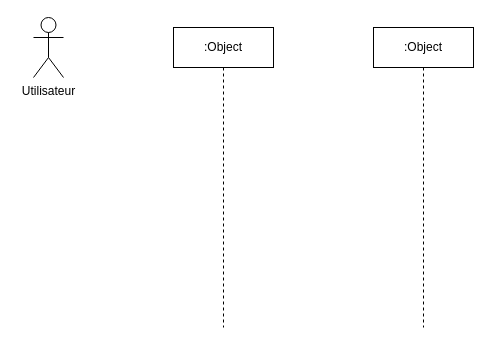
islamhamdaoui/Radiology-system-diagrams keeps this draw.io diagram as Untitled Diagram.drawio. Above is the earlier version. Source tidied: cells renumbered, new cells numbered last; positions are measured from the earlier drawing's top-left corner, leaving out a move shared by most shapes. Both pictures are drawn from the tidied source at 100%, with x=0, y=0 at pixel (33, 17).
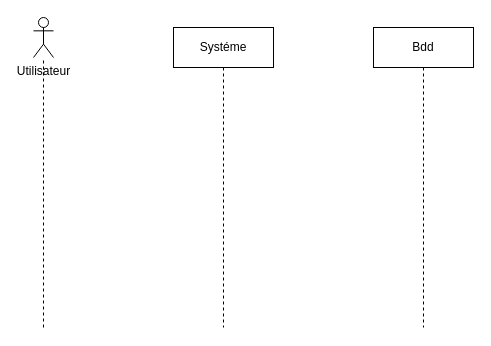
The same page after the edit.

What changed in the source:
```diff
@@
 <mxGraphModel>
   <root>
     <mxCell id="0" />
     <mxCell id="1" parent="0" />
-    <mxCell id="2" value=":Object" style="shape=umlLifeline;perimeter=lifelinePerimeter;whiteSpace=wrap;html=1;newEdgeStyle={&quot;edgeStyle&quot;:&quot;elbowEdgeStyle&quot;,&quot;elbow&quot;:&quot;vertical&quot;,&quot;curved&quot;:0,&quot;rounded&quot;:0};" parent="1" vertex="1">
+    <mxCell id="2" value="Systéme" style="shape=umlLifeline;perimeter=lifelinePerimeter;whiteSpace=wrap;html=1;newEdgeStyle={&quot;edgeStyle&quot;:&quot;elbowEdgeStyle&quot;,&quot;elbow&quot;:&quot;vertical&quot;,&quot;curved&quot;:0,&quot;rounded&quot;:0};" parent="1" vertex="1">
       <mxGeometry x="140" y="10" width="100" height="300" as="geometry" />
     </mxCell>
-    <mxCell id="3" value=":Object" style="shape=umlLifeline;perimeter=lifelinePerimeter;whiteSpace=wrap;html=1;newEdgeStyle={&quot;edgeStyle&quot;:&quot;elbowEdgeStyle&quot;,&quot;elbow&quot;:&quot;vertical&quot;,&quot;curved&quot;:0,&quot;rounded&quot;:0};" parent="1" vertex="1">
+    <mxCell id="3" value="Bdd" style="shape=umlLifeline;perimeter=lifelinePerimeter;whiteSpace=wrap;html=1;newEdgeStyle={&quot;edgeStyle&quot;:&quot;elbowEdgeStyle&quot;,&quot;elbow&quot;:&quot;vertical&quot;,&quot;curved&quot;:0,&quot;rounded&quot;:0};" parent="1" vertex="1">
       <mxGeometry x="340" y="10" width="100" height="300" as="geometry" />
     </mxCell>
     <mxCell id="4" value="Utilisateur" style="shape=umlActor;verticalLabelPosition=bottom;verticalAlign=top;html=1;outlineConnect=0;" parent="1" vertex="1">
-      <mxGeometry width="30" height="60" as="geometry" />
+      <mxGeometry width="20" height="40" as="geometry" />
     </mxCell>
+    <mxCell id="5" style="endArrow=none;dashed=1;html=1;rounded=0;" parent="1" edge="1" target="4">
+      <mxGeometry relative="1" as="geometry">
+        <mxPoint x="10" y="310" as="sourcePoint" />
+      </mxGeometry>
+    </mxCell>
   </root>
 </mxGraphModel>
```
